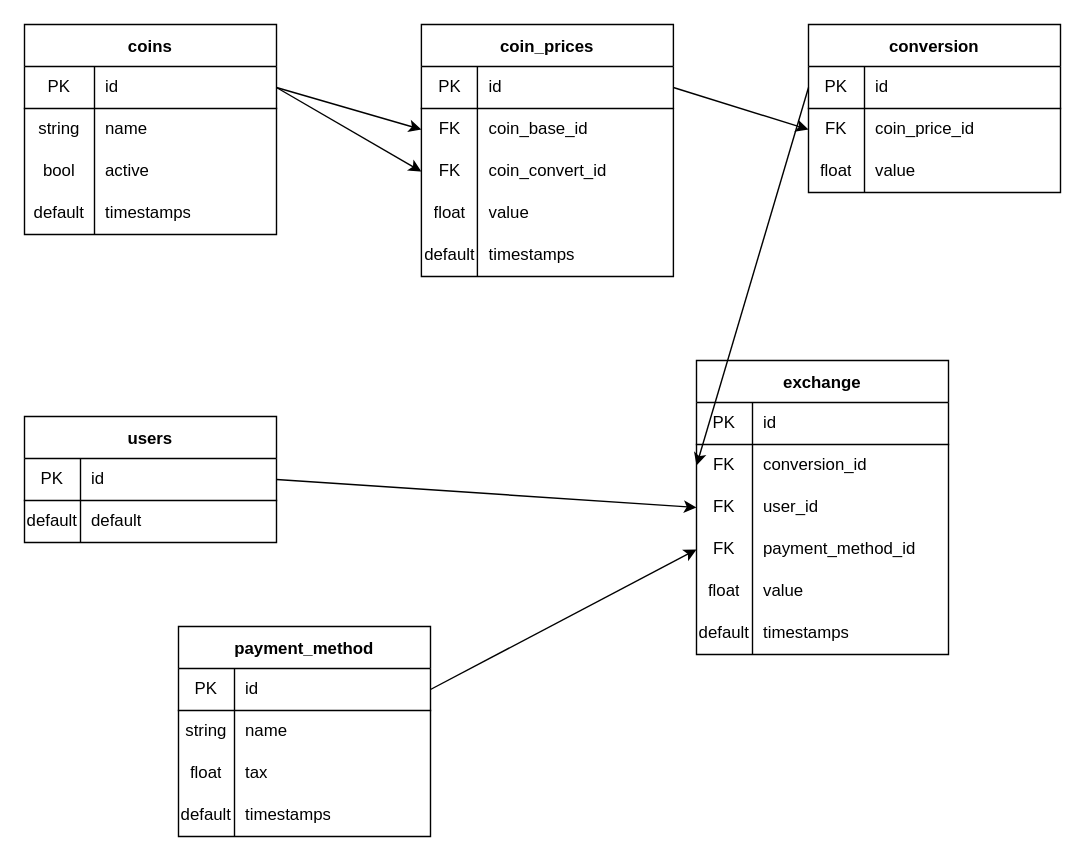
Oliveira-Trust/desafio-desenvolvedor keeps this draw.io diagram as analise-requisitos/modelo.drawio. Above is the earlier version. Source tidied: cells renumbered, new cells numbered last; positions are measured from the earlier drawing's top-left corner, leaving out a move shared by most shapes. Both pictures are drawn from the tidied source at 140%, with x=0, y=0 at pixel (24, 24).
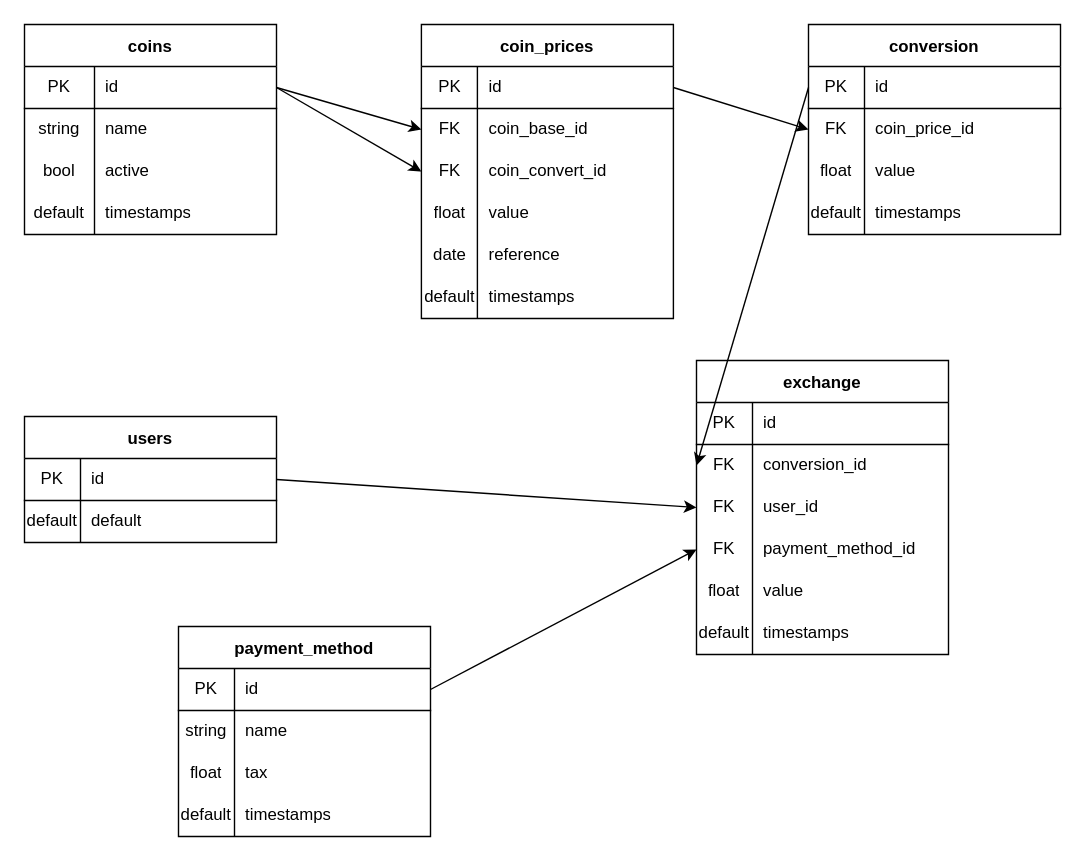
The same page after the edit.

Commit message:
adicionado referencia para modelo de coin_prices

Unchanged cells that the change refers to:
```xml
<mxCell id="64" style="shape=partialRectangle;html=1;whiteSpace=wrap;fillColor=none;top=0;left=0;bottom=0;right=0;" parent="51" vertex="1">
  <mxGeometry y="150" width="180" height="30" as="geometry" />
</mxCell>
```

The edit, as a diff of the source:
```diff
@@
     <mxCell id="41" value="conversion" style="shape=table;startSize=30;childLayout=tableLayout;rowLines=0;fontStyle=1;align=center;" parent="1" vertex="1">
-      <mxGeometry x="560" width="180" height="120" as="geometry" />
+      <mxGeometry x="560" width="180" height="150" as="geometry" />
     </mxCell>
@@
+    <mxCell id="86" style="shape=partialRectangle;html=1;whiteSpace=wrap;fillColor=none;top=0;left=0;bottom=0;right=0;" parent="41" vertex="1">
+      <mxGeometry y="120" width="180" height="30" as="geometry" />
+    </mxCell>
+    <mxCell id="87" value="default" style="shape=partialRectangle;html=1;whiteSpace=wrap;fillColor=none;top=0;left=0;bottom=0;right=0;overflow=hidden;" parent="86" vertex="1">
+      <mxGeometry width="40" height="30" as="geometry" />
+    </mxCell>
+    <mxCell id="88" value="timestamps" style="shape=partialRectangle;html=1;whiteSpace=wrap;fillColor=none;top=0;left=0;bottom=0;right=0;align=left;spacingLeft=6;overflow=hidden;" parent="86" vertex="1">
+      <mxGeometry x="40" width="140" height="30" as="geometry" />
+    </mxCell>
     <mxCell id="51" value="coin_prices" style="shape=table;startSize=30;childLayout=tableLayout;rowLines=0;fontStyle=1;align=center;" parent="1" vertex="1">
-      <mxGeometry x="283.5" width="180" height="180" as="geometry" />
+      <mxGeometry x="283.5" width="180" height="210" as="geometry" />
     </mxCell>
@@
-    <mxCell id="65" value="default" style="shape=partialRectangle;html=1;whiteSpace=wrap;fillColor=none;top=0;left=0;bottom=0;right=0;overflow=hidden;" parent="64" vertex="1">
+    <mxCell id="65" value="date" style="shape=partialRectangle;html=1;whiteSpace=wrap;fillColor=none;top=0;left=0;bottom=0;right=0;overflow=hidden;" parent="64" vertex="1">
       <mxGeometry width="40" height="30" as="geometry" />
     </mxCell>
-    <mxCell id="66" value="timestamps" style="shape=partialRectangle;html=1;whiteSpace=wrap;fillColor=none;top=0;left=0;bottom=0;right=0;align=left;spacingLeft=6;overflow=hidden;" parent="64" vertex="1">
+    <mxCell id="66" value="reference" style="shape=partialRectangle;html=1;whiteSpace=wrap;fillColor=none;top=0;left=0;bottom=0;right=0;align=left;spacingLeft=6;overflow=hidden;" parent="64" vertex="1">
       <mxGeometry x="40" width="140" height="30" as="geometry" />
     </mxCell>
+    <mxCell id="89" style="shape=partialRectangle;html=1;whiteSpace=wrap;fillColor=none;top=0;left=0;bottom=0;right=0;" parent="51" vertex="1">
+      <mxGeometry y="180" width="180" height="30" as="geometry" />
+    </mxCell>
+    <mxCell id="90" value="default" style="shape=partialRectangle;html=1;whiteSpace=wrap;fillColor=none;top=0;left=0;bottom=0;right=0;overflow=hidden;" parent="89" vertex="1">
+      <mxGeometry width="40" height="30" as="geometry" />
+    </mxCell>
+    <mxCell id="91" value="timestamps" style="shape=partialRectangle;html=1;whiteSpace=wrap;fillColor=none;top=0;left=0;bottom=0;right=0;align=left;spacingLeft=6;overflow=hidden;" parent="89" vertex="1">
+      <mxGeometry x="40" width="140" height="30" as="geometry" />
+    </mxCell>
```
